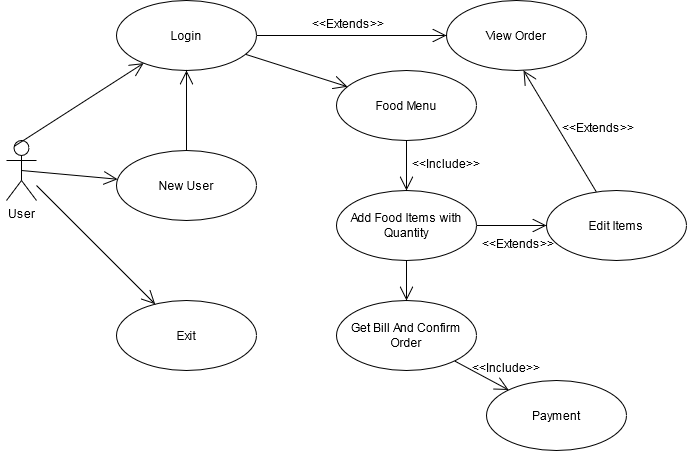
PrakharRastogi123/LTTS_TimeToCode_Assesment keeps this draw.io diagram as Use case.png. Above is the earlier version. Source tidied: cells renumbered, new cells last; positions are measured from the earlier drawing's top-left corner, leaving out a move shared by most shapes.
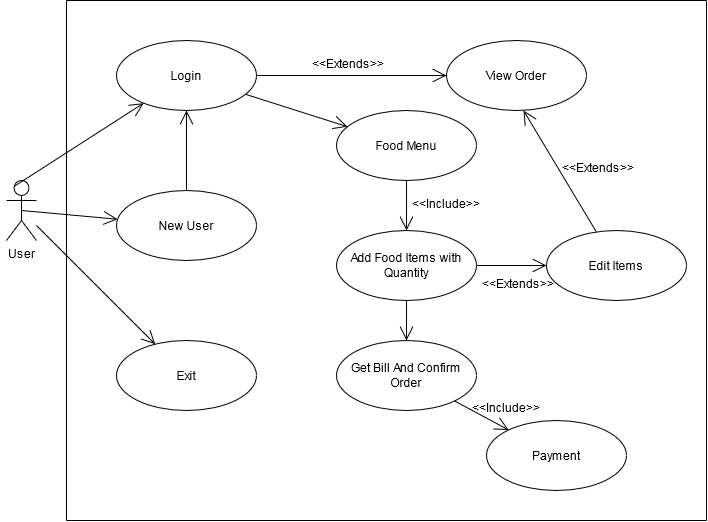
Later version of the same file.

What changed in the source:
```diff
@@ -80,5 +80,29 @@
     <mxCell id="27" value="&lt;&lt;Extends&gt;&gt;" style="text;strokeColor=none;fillColor=none;align=left;verticalAlign=top;spacingLeft=4;spacingRight=4;overflow=hidden;" parent="1" vertex="1">
       <mxGeometry x="550" y="114" width="100" height="26" as="geometry" />
     </mxCell>
+    <mxCell id="28" style="endArrow=none;html=1;" parent="1" edge="1">
+      <mxGeometry relative="1" as="geometry">
+        <mxPoint x="60" y="480" as="sourcePoint" />
+        <mxPoint x="700" y="480" as="targetPoint" />
+      </mxGeometry>
+    </mxCell>
+    <mxCell id="29" style="endArrow=none;html=1;" parent="1" edge="1">
+      <mxGeometry relative="1" as="geometry">
+        <mxPoint x="60" y="-40" as="sourcePoint" />
+        <mxPoint x="700" y="-40" as="targetPoint" />
+      </mxGeometry>
+    </mxCell>
+    <mxCell id="30" style="endArrow=none;html=1;" parent="1" edge="1">
+      <mxGeometry relative="1" as="geometry">
+        <mxPoint x="60" y="480" as="sourcePoint" />
+        <mxPoint x="60" y="-40" as="targetPoint" />
+      </mxGeometry>
+    </mxCell>
+    <mxCell id="31" style="endArrow=none;html=1;" parent="1" edge="1">
+      <mxGeometry relative="1" as="geometry">
+        <mxPoint x="700" y="-40" as="sourcePoint" />
+        <mxPoint x="700" y="480" as="targetPoint" />
+      </mxGeometry>
+    </mxCell>
   </root>
 </mxGraphModel>
```
